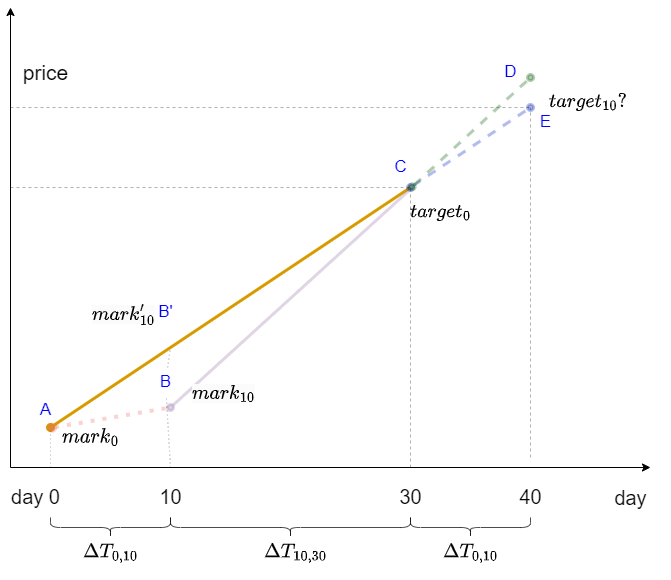
Above: 2022-12-backed/image/2022-12-backed_0 10 30.png in 141345/report-assets (draw.io), before the change. Source tidied: cells renumbered, new cells last; positions are measured from the earlier drawing's top-left corner, leaving out a move shared by most shapes.
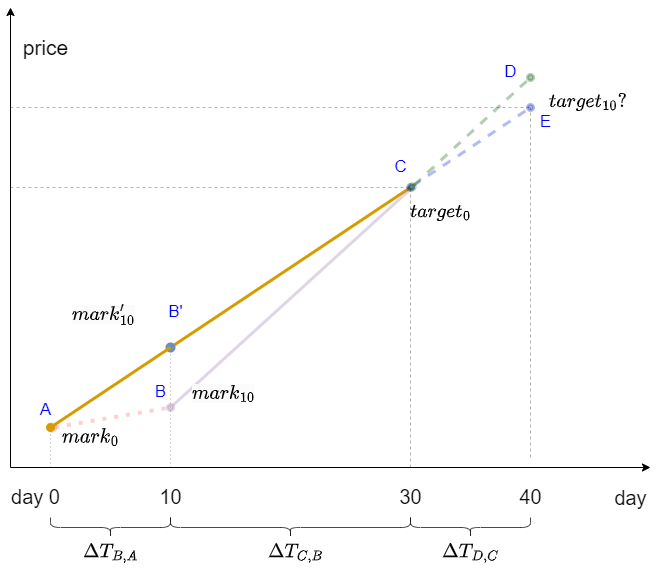
After the change.

What changed in the source:
```diff
@@ -2,9 +2,8 @@
   <root>
     <mxCell id="0" />
     <mxCell id="1" parent="0" />
-    <mxCell id="2" style="endArrow=none;html=1;rounded=1;fillColor=#ffe6cc;strokeColor=#d79b00;jumpSize=28;strokeWidth=3;endFill=0;startArrow=oval;startFill=1;" parent="1" edge="1">
+    <mxCell id="2" style="endArrow=none;html=1;rounded=1;fillColor=#ffe6cc;strokeColor=#d79b00;jumpSize=28;strokeWidth=3;endFill=0;startArrow=none;startFill=1;" parent="1" edge="1" source="44">
       <mxGeometry relative="1" as="geometry">
-        <mxPoint x="50" y="420" as="sourcePoint" />
         <mxPoint x="410" y="180" as="targetPoint" />
       </mxGeometry>
     </mxCell>
@@ -32,11 +31,6 @@
     <mxCell id="7" value="&lt;font style=&quot;font-size: 20px;&quot;&gt;day 0&lt;/font&gt;" style="text;html=1;align=center;verticalAlign=middle;strokeColor=none;fillColor=none;fontSize=22;" parent="1" vertex="1">
       <mxGeometry y="470" width="70" height="40" as="geometry" />
     </mxCell>
-    <mxCell id="8" style="endArrow=none;dashed=1;html=1;dashPattern=1 3;strokeWidth=1;rounded=1;fontSize=1;jumpSize=28;opacity=30;startArrow=none;" parent="1" edge="1" source="24">
-      <mxGeometry relative="1" as="geometry">
-        <mxPoint x="170" y="340" as="targetPoint" />
-      </mxGeometry>
-    </mxCell>
     <mxCell id="9" style="endArrow=none;dashed=1;html=1;strokeWidth=1;rounded=1;fontSize=1;jumpSize=28;opacity=30;" parent="1" edge="1">
       <mxGeometry relative="1" as="geometry">
         <mxPoint x="410" y="460" as="sourcePoint" />
@@ -70,7 +64,7 @@
       </mxGeometry>
     </mxCell>
     <mxCell id="16" value="price" style="text;html=1;align=center;verticalAlign=middle;strokeColor=none;fillColor=none;fontSize=21;fontFamily=Helvetica;fontColor=default;" parent="1" vertex="1">
-      <mxGeometry x="10" y="45" width="70" height="40" as="geometry" />
+      <mxGeometry x="10" y="20" width="70" height="40" as="geometry" />
     </mxCell>
     <mxCell id="17" style="endArrow=none;dashed=1;html=1;strokeWidth=1;rounded=1;fontSize=1;jumpSize=28;opacity=30;" parent="1" edge="1">
       <mxGeometry relative="1" as="geometry">
@@ -100,11 +94,11 @@
       <mxGeometry x="30" y="387.5" width="30" height="30" as="geometry" />
     </mxCell>
     <mxCell id="24" value="B" style="text;html=1;align=center;verticalAlign=middle;points=[];strokeColor=none;fillColor=none;fontSize=17;fontFamily=Helvetica;fontColor=#0000FF;" parent="1" vertex="1">
-      <mxGeometry x="150" y="360" width="30" height="30" as="geometry" />
+      <mxGeometry x="145" y="370" width="30" height="30" as="geometry" />
     </mxCell>
-    <mxCell id="25" style="endArrow=none;dashed=1;html=1;dashPattern=1 3;strokeWidth=1;rounded=1;fontSize=1;jumpSize=28;opacity=30;" parent="1" edge="1" target="24">
+    <mxCell id="25" style="endArrow=none;dashed=1;html=1;dashPattern=1 3;strokeWidth=1;rounded=1;fontSize=1;jumpSize=28;opacity=30;startArrow=none;" parent="1" edge="1" source="44">
       <mxGeometry relative="1" as="geometry">
-        <mxPoint x="170" y="460" as="sourcePoint" />
+        <mxPoint x="170" y="340" as="targetPoint" />
       </mxGeometry>
     </mxCell>
     <mxCell id="26" value="C" style="text;html=1;align=center;verticalAlign=middle;points=[];strokeColor=none;fillColor=none;fontSize=17;fontFamily=Helvetica;fontColor=#0000FF;" parent="1" vertex="1">
@@ -121,10 +115,8 @@
     <mxCell id="29" value="E" style="text;html=1;align=center;verticalAlign=middle;strokeColor=none;fillColor=none;fontSize=17;fontFamily=Helvetica;fontColor=#0000FF;" parent="1" vertex="1">
       <mxGeometry x="530" y="100" width="30" height="30" as="geometry" />
     </mxCell>
-    <mxCell id="30" style="endArrow=none;html=1;rounded=1;labelBackgroundColor=default;strokeColor=#EA6B66;strokeWidth=4;fontFamily=Helvetica;fontSize=11;fontColor=default;opacity=30;shape=connector;jumpSize=28;fillColor=#e1d5e7;startArrow=oval;startFill=1;exitX=0.72;exitY=1.09;exitDx=0;exitDy=0;exitPerimeter=0;dashed=1;dashPattern=1 2;" parent="1" edge="1" source="23">
-      <mxGeometry relative="1" as="geometry">
-        <mxPoint x="170" y="400" as="targetPoint" />
-      </mxGeometry>
+    <mxCell id="30" style="endArrow=none;html=1;rounded=1;labelBackgroundColor=default;strokeColor=#EA6B66;strokeWidth=4;fontFamily=Helvetica;fontSize=11;fontColor=default;opacity=30;shape=connector;jumpSize=28;fillColor=#e1d5e7;startArrow=oval;startFill=1;exitX=0.72;exitY=1.09;exitDx=0;exitDy=0;exitPerimeter=0;dashed=1;dashPattern=1 2;" parent="1" edge="1" source="23" target="42">
+      <mxGeometry relative="1" as="geometry" />
     </mxCell>
     <mxCell id="31" style="strokeWidth=2;html=1;shape=mxgraph.flowchart.annotation_2;align=left;labelPosition=right;fontFamily=Helvetica;fontSize=15;fontColor=default;fillColor=none;gradientColor=none;opacity=0;" parent="1" vertex="1">
       <mxGeometry x="385" y="130" width="50" height="100" as="geometry" />
@@ -147,20 +139,37 @@
     <mxCell id="36" style="shape=curlyBracket;whiteSpace=wrap;html=1;rounded=1;labelPosition=left;verticalLabelPosition=middle;align=right;verticalAlign=middle;fontFamily=Helvetica;fontSize=15;fontColor=default;fillColor=none;gradientColor=none;opacity=70;rotation=-90;" parent="1" vertex="1">
       <mxGeometry x="460" y="460" width="20" height="120" as="geometry" />
     </mxCell>
-    <mxCell id="37" value="$$\Delta T_{0,10}$$" style="text;html=1;align=center;verticalAlign=middle;strokeColor=none;fillColor=none;fontSize=17;fontFamily=Helvetica;fontColor=default;" parent="1" vertex="1">
+    <mxCell id="37" value="$$\Delta T_{B,A}$$" style="text;html=1;align=center;verticalAlign=middle;strokeColor=none;fillColor=none;fontSize=17;fontFamily=Helvetica;fontColor=default;" parent="1" vertex="1">
       <mxGeometry x="25" y="530" width="170" height="30" as="geometry" />
     </mxCell>
-    <mxCell id="38" value="$$\Delta T_{0,10}$$" style="text;html=1;align=center;verticalAlign=middle;strokeColor=none;fillColor=none;fontSize=17;fontFamily=Helvetica;fontColor=default;" parent="1" vertex="1">
+    <mxCell id="38" value="$$\Delta T_{D,C}$$" style="text;html=1;align=center;verticalAlign=middle;strokeColor=none;fillColor=none;fontSize=17;fontFamily=Helvetica;fontColor=default;" parent="1" vertex="1">
       <mxGeometry x="385" y="530" width="170" height="30" as="geometry" />
     </mxCell>
-    <mxCell id="39" value="$$\Delta T_{10,30}$$" style="text;html=1;align=center;verticalAlign=middle;strokeColor=none;fillColor=none;fontSize=17;fontFamily=Helvetica;fontColor=default;" parent="1" vertex="1">
-      <mxGeometry x="205" y="530" width="180" height="30" as="geometry" />
+    <mxCell id="39" value="$$\Delta T_{C,B}$$" style="text;html=1;align=center;verticalAlign=middle;strokeColor=none;fillColor=none;fontSize=17;fontFamily=Helvetica;fontColor=default;" parent="1" vertex="1">
+      <mxGeometry x="210" y="530" width="170" height="30" as="geometry" />
     </mxCell>
     <mxCell id="40" value="B'" style="text;html=1;align=center;verticalAlign=middle;strokeColor=none;fillColor=none;fontSize=17;fontFamily=Helvetica;fontColor=#0000FF;" parent="1" vertex="1">
-      <mxGeometry x="145" y="290" width="40" height="30" as="geometry" />
+      <mxGeometry x="155" y="290" width="40" height="30" as="geometry" />
     </mxCell>
     <mxCell id="41" value="&lt;span style=&quot;color: rgb(0, 0, 0); font-family: Helvetica; font-size: 17px; font-style: normal; font-variant-ligatures: normal; font-variant-caps: normal; font-weight: 400; letter-spacing: normal; orphans: 2; text-align: center; text-indent: 0px; text-transform: none; widows: 2; word-spacing: 0px; -webkit-text-stroke-width: 0px; background-color: rgb(251, 251, 251); text-decoration-thickness: initial; text-decoration-style: initial; text-decoration-color: initial; float: none; display: inline !important;&quot;&gt;$$mark_{10}'$$&lt;/span&gt;" style="text;whiteSpace=wrap;html=1;fontSize=17;fontFamily=Helvetica;fontColor=default;" parent="1" vertex="1">
-      <mxGeometry x="90" y="290" width="70" height="5" as="geometry" />
+      <mxGeometry x="70" y="290" width="70" height="5" as="geometry" />
     </mxCell>
+    <mxCell id="42" style="shape=waypoint;sketch=0;fillStyle=solid;size=6;points=[];fillColor=none;perimeter=centerPerimeter;snapToPoint=1;fontFamily=Helvetica;fontSize=15;fontColor=default;opacity=0;html=1;" parent="1" vertex="1">
+      <mxGeometry x="150" y="380" width="40" height="40" as="geometry" />
+    </mxCell>
+    <mxCell id="43" style="endArrow=none;dashed=1;html=1;dashPattern=1 3;strokeWidth=1;rounded=1;fontSize=1;jumpSize=28;opacity=30;" parent="1" edge="1">
+      <mxGeometry relative="1" as="geometry">
+        <mxPoint x="170" y="460" as="sourcePoint" />
+        <mxPoint x="170" y="340" as="targetPoint" />
+      </mxGeometry>
+    </mxCell>
+    <mxCell id="44" style="shape=waypoint;sketch=0;fillStyle=solid;size=6;points=[];fillColor=#dae8fc;perimeter=centerPerimeter;snapToPoint=1;fontFamily=Helvetica;fontSize=15;html=1;shadow=0;gradientColor=#7ea6e0;strokeColor=#6c8ebf;strokeWidth=3;" parent="1" vertex="1">
+      <mxGeometry x="150" y="320" width="40" height="40" as="geometry" />
+    </mxCell>
+    <mxCell id="45" style="endArrow=none;html=1;rounded=1;fillColor=#ffe6cc;strokeColor=#d79b00;jumpSize=28;strokeWidth=3;endFill=0;startArrow=oval;startFill=1;" parent="1" edge="1" target="44">
+      <mxGeometry relative="1" as="geometry">
+        <mxPoint x="50" y="420" as="sourcePoint" />
+      </mxGeometry>
+    </mxCell>
   </root>
 </mxGraphModel>
```
